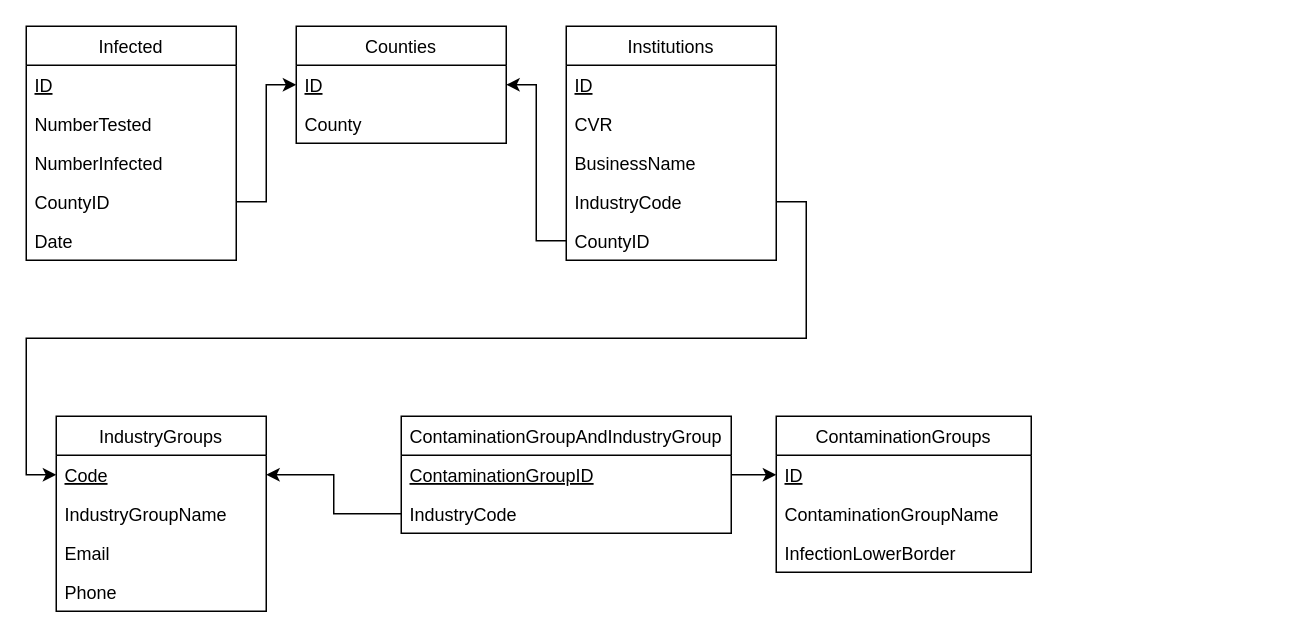
The draw.io diagram CharlieProject/Documentation/Janus_Martin_Rezan_ERD-diagram.drawio in mathex83/CharlieProjectSemester1, before the edit. Source tidied: cells renumbered, new cells numbered last; positions are measured from the earlier drawing's top-left corner, leaving out a move shared by most shapes. Both pictures are drawn from the tidied source at 150%, with x=0, y=0 at pixel (26, 26).
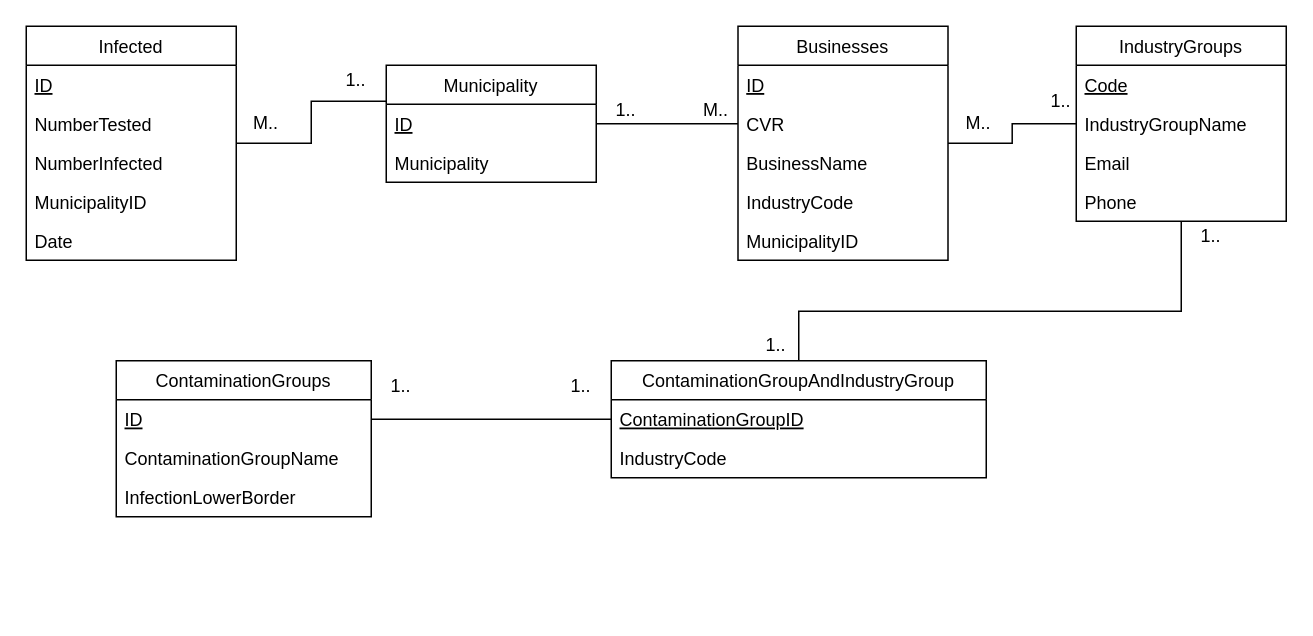
The same diagram, later.

Commit message (it also covers changes not shown here):
Uploadet mappingskema and ERD-diagram

The change refers to these unchanged cells:
```xml
<mxCell id="2" value="Infected" style="swimlane;fontStyle=0;horizontal=1;startSize=26;fillColor=none;" parent="1" vertex="1">
  <mxGeometry width="140" height="156" as="geometry" />
</mxCell>
<mxCell id="9" value="ID" style="text;strokeColor=none;fillColor=none;align=left;verticalAlign=top;spacingLeft=4;spacingRight=4;overflow=hidden;points=[[0,0.5],[1,0.5]];portConstraint=eastwest;fontStyle=4;" parent="8" vertex="1">
  <mxGeometry y="26" width="140" height="26" as="geometry" />
</mxCell>
<mxCell id="15" value="IndustryCode" style="text;strokeColor=none;fillColor=none;align=left;verticalAlign=top;spacingLeft=4;spacingRight=4;overflow=hidden;points=[[0,0.5],[1,0.5]];portConstraint=eastwest;" parent="11" vertex="1">
  <mxGeometry y="104" width="140" height="26" as="geometry" />
</mxCell>
<mxCell id="18" value="Code" style="text;strokeColor=none;fillColor=none;align=left;verticalAlign=top;spacingLeft=4;spacingRight=4;overflow=hidden;points=[[0,0.5],[1,0.5]];portConstraint=eastwest;fontStyle=4;" parent="17" vertex="1">
  <mxGeometry y="26" width="140" height="26" as="geometry" />
</mxCell>
<mxCell id="26" value="ID" style="text;strokeColor=none;fillColor=none;align=left;verticalAlign=top;spacingLeft=4;spacingRight=4;overflow=hidden;points=[[0,0.5],[1,0.5]];portConstraint=eastwest;fontStyle=4;" parent="25" vertex="1">
  <mxGeometry y="26" width="170" height="26" as="geometry" />
</mxCell>
```

The edit, as a diff of the source:
```diff
@@
-    <mxCell id="6" value="CountyID" style="text;strokeColor=none;fillColor=none;align=left;verticalAlign=top;spacingLeft=4;spacingRight=4;overflow=hidden;points=[[0,0.5],[1,0.5]];portConstraint=eastwest;" parent="2" vertex="1">
+    <mxCell id="6" value="MunicipalityID" style="text;strokeColor=none;fillColor=none;align=left;verticalAlign=top;spacingLeft=4;spacingRight=4;overflow=hidden;points=[[0,0.5],[1,0.5]];portConstraint=eastwest;" parent="2" vertex="1">
       <mxGeometry y="104" width="140" height="26" as="geometry" />
     </mxCell>
@@
-    <mxCell id="8" value="Counties" style="swimlane;fontStyle=0;horizontal=1;startSize=26;fillColor=none;" parent="1" vertex="1">
-      <mxGeometry x="180" width="140" height="78" as="geometry" />
+    <mxCell id="8" value="Municipality" style="swimlane;fontStyle=0;horizontal=1;startSize=26;fillColor=none;" parent="1" vertex="1">
+      <mxGeometry x="240" y="26" width="140" height="78" as="geometry" />
     </mxCell>
@@
-    <mxCell id="10" value="County" style="text;strokeColor=none;fillColor=none;align=left;verticalAlign=top;spacingLeft=4;spacingRight=4;overflow=hidden;" parent="8" vertex="1">
+    <mxCell id="10" value="Municipality" style="text;strokeColor=none;fillColor=none;align=left;verticalAlign=top;spacingLeft=4;spacingRight=4;overflow=hidden;" parent="8" vertex="1">
       <mxGeometry y="52" width="140" height="26" as="geometry" />
     </mxCell>
-    <mxCell id="11" value="Institutions" style="swimlane;fontStyle=0;horizontal=1;startSize=26;fillColor=none;" parent="1" vertex="1">
-      <mxGeometry x="360" width="140" height="156" as="geometry" />
+    <mxCell id="11" value="Businesses" style="swimlane;fontStyle=0;horizontal=1;startSize=26;fillColor=none;" parent="1" vertex="1">
+      <mxGeometry x="474.5" width="140" height="156" as="geometry" />
     </mxCell>
@@
-    <mxCell id="16" value="CountyID" style="text;strokeColor=none;fillColor=none;align=left;verticalAlign=top;spacingLeft=4;spacingRight=4;overflow=hidden;points=[[0,0.5],[1,0.5]];portConstraint=eastwest;labelBorderColor=none;" parent="11" vertex="1">
+    <mxCell id="16" value="MunicipalityID" style="text;strokeColor=none;fillColor=none;align=left;verticalAlign=top;spacingLeft=4;spacingRight=4;overflow=hidden;points=[[0,0.5],[1,0.5]];portConstraint=eastwest;labelBorderColor=none;" parent="11" vertex="1">
       <mxGeometry y="130" width="140" height="26" as="geometry" />
     </mxCell>
     <mxCell id="17" value="IndustryGroups" style="swimlane;fontStyle=0;horizontal=1;startSize=26;fillColor=none;" parent="1" vertex="1">
-      <mxGeometry x="20" y="260" width="140" height="130" as="geometry" />
+      <mxGeometry x="700" width="140" height="130" as="geometry" />
     </mxCell>
@@
     <mxCell id="22" value="ContaminationGroupAndIndustryGroup" style="swimlane;fontStyle=0;horizontal=1;startSize=26;fillColor=none;" parent="1" vertex="1">
-      <mxGeometry x="250" y="260" width="220" height="78" as="geometry" />
+      <mxGeometry x="390" y="223" width="250" height="78" as="geometry" />
     </mxCell>
     <mxCell id="23" value="ContaminationGroupID" style="text;strokeColor=none;fillColor=none;align=left;verticalAlign=top;spacingLeft=4;spacingRight=4;overflow=hidden;points=[[0,0.5],[1,0.5]];portConstraint=eastwest;fontStyle=4;" parent="22" vertex="1">
-      <mxGeometry y="26" width="220" height="26" as="geometry" />
+      <mxGeometry y="26" width="250" height="26" as="geometry" />
     </mxCell>
     <mxCell id="24" value="IndustryCode" style="text;strokeColor=none;fillColor=none;align=left;verticalAlign=top;spacingLeft=4;spacingRight=4;overflow=hidden;points=[[0,0.5],[1,0.5]];portConstraint=eastwest;fontStyle=0;" parent="22" vertex="1">
-      <mxGeometry y="52" width="220" height="26" as="geometry" />
+      <mxGeometry y="52" width="250" height="26" as="geometry" />
     </mxCell>
     <mxCell id="25" value="ContaminationGroups" style="swimlane;fontStyle=0;horizontal=1;startSize=26;fillColor=none;" parent="1" vertex="1">
-      <mxGeometry x="500" y="260" width="170" height="104" as="geometry" />
+      <mxGeometry x="60" y="223" width="170" height="104" as="geometry" />
     </mxCell>
@@
-    <mxCell id="29" style="edgeStyle=orthogonalEdgeStyle;rounded=0;jettySize=auto;html=1;exitX=0;exitY=0.5;exitDx=0;exitDy=0;entryX=1;entryY=0.5;entryDx=0;entryDy=0;" parent="1" edge="1" source="16" target="9">
-      <mxGeometry relative="1" as="geometry">
-        <Array as="points">
-          <mxPoint x="340" y="143" />
-          <mxPoint x="340" y="39" />
-        </Array>
-      </mxGeometry>
-    </mxCell>
-    <mxCell id="30" style="edgeStyle=orthogonalEdgeStyle;rounded=0;jettySize=auto;html=1;exitX=1;exitY=0.5;exitDx=0;exitDy=0;entryX=0;entryY=0.5;entryDx=0;entryDy=0;" parent="1" edge="1" source="23" target="26">
-      <mxGeometry relative="1" as="geometry" />
+    <mxCell id="30" style="edgeStyle=orthogonalEdgeStyle;rounded=0;jettySize=auto;html=1;endArrow=none;endFill=0;" parent="1" edge="1" source="22" target="25">
+      <mxGeometry relative="1" as="geometry">
+        <Array as="points">
+          <mxPoint x="190" y="249" />
+          <mxPoint x="190" y="249" />
+        </Array>
+      </mxGeometry>
     </mxCell>
-    <mxCell id="31" style="edgeStyle=orthogonalEdgeStyle;rounded=0;jettySize=auto;html=1;exitX=0;exitY=0.5;exitDx=0;exitDy=0;entryX=1;entryY=0.5;entryDx=0;entryDy=0;" parent="1" edge="1" source="24" target="18">
-      <mxGeometry relative="1" as="geometry" />
+    <mxCell id="31" style="edgeStyle=orthogonalEdgeStyle;rounded=0;jettySize=auto;html=1;endArrow=none;endFill=0;" parent="1" edge="1" source="22" target="17">
+      <mxGeometry relative="1" as="geometry">
+        <Array as="points">
+          <mxPoint x="515" y="190" />
+          <mxPoint x="770" y="190" />
+        </Array>
+      </mxGeometry>
     </mxCell>
-    <mxCell id="32" style="edgeStyle=orthogonalEdgeStyle;rounded=0;jettySize=auto;html=1;exitX=1;exitY=0.5;exitDx=0;exitDy=0;entryX=0;entryY=0.5;entryDx=0;entryDy=0;" parent="1" edge="1" source="6" target="9">
-      <mxGeometry relative="1" as="geometry" />
-    </mxCell>
-    <mxCell id="33" style="edgeStyle=orthogonalEdgeStyle;rounded=0;jettySize=auto;html=1;exitX=1;exitY=0.5;exitDx=0;exitDy=0;entryX=0;entryY=0.5;entryDx=0;entryDy=0;" parent="1" edge="1" source="15" target="18">
+    <mxCell id="33" style="edgeStyle=orthogonalEdgeStyle;rounded=0;jettySize=auto;html=1;endArrow=none;endFill=0;" parent="1" edge="1" source="11" target="17">
       <mxGeometry relative="1" as="geometry" />
     </mxCell>
+    <mxCell id="34" style="edgeStyle=orthogonalEdgeStyle;rounded=0;jettySize=auto;html=1;endArrow=none;endFill=0;" parent="1" edge="1" source="8" target="11">
+      <mxGeometry relative="1" as="geometry">
+        <Array as="points">
+          <mxPoint x="340" y="100" />
+        </Array>
+      </mxGeometry>
+    </mxCell>
+    <mxCell id="35" style="edgeStyle=orthogonalEdgeStyle;rounded=0;jettySize=auto;html=1;endArrow=none;endFill=0;" parent="1" edge="1" source="2" target="8">
+      <mxGeometry relative="1" as="geometry">
+        <Array as="points">
+          <mxPoint x="190" y="78" />
+          <mxPoint x="190" y="50" />
+        </Array>
+      </mxGeometry>
+    </mxCell>
+    <mxCell id="36" value="1.." style="text;html=1;strokeColor=none;fillColor=none;align=center;verticalAlign=middle;whiteSpace=wrap;rounded=0;" parent="1" vertex="1">
+      <mxGeometry x="200" y="26" width="40" height="20" as="geometry" />
+    </mxCell>
+    <mxCell id="37" value="M.." style="text;html=1;strokeColor=none;fillColor=none;align=center;verticalAlign=middle;whiteSpace=wrap;rounded=0;" parent="1" vertex="1">
+      <mxGeometry x="140" y="55" width="40" height="20" as="geometry" />
+    </mxCell>
+    <mxCell id="38" value="M.." style="text;html=1;strokeColor=none;fillColor=none;align=center;verticalAlign=middle;whiteSpace=wrap;rounded=0;" parent="1" vertex="1">
+      <mxGeometry x="440" y="46" width="40" height="20" as="geometry" />
+    </mxCell>
+    <mxCell id="39" value="M.." style="text;html=1;strokeColor=none;fillColor=none;align=center;verticalAlign=middle;whiteSpace=wrap;rounded=0;" parent="1" vertex="1">
+      <mxGeometry x="614.5" y="55" width="40" height="20" as="geometry" />
+    </mxCell>
+    <mxCell id="40" value="1.." style="text;html=1;strokeColor=none;fillColor=none;align=center;verticalAlign=middle;whiteSpace=wrap;rounded=0;" parent="1" vertex="1">
+      <mxGeometry x="380" y="46" width="40" height="20" as="geometry" />
+    </mxCell>
+    <mxCell id="41" value="1.." style="text;html=1;strokeColor=none;fillColor=none;align=center;verticalAlign=middle;whiteSpace=wrap;rounded=0;" parent="1" vertex="1">
+      <mxGeometry x="670" y="40" width="40" height="20" as="geometry" />
+    </mxCell>
+    <mxCell id="42" value="1.." style="text;html=1;strokeColor=none;fillColor=none;align=center;verticalAlign=middle;whiteSpace=wrap;rounded=0;" parent="1" vertex="1">
+      <mxGeometry x="230" y="230" width="40" height="20" as="geometry" />
+    </mxCell>
+    <mxCell id="43" value="1.." style="text;html=1;strokeColor=none;fillColor=none;align=center;verticalAlign=middle;whiteSpace=wrap;rounded=0;" parent="1" vertex="1">
+      <mxGeometry x="350" y="230" width="40" height="20" as="geometry" />
+    </mxCell>
+    <mxCell id="44" value="1.." style="text;html=1;strokeColor=none;fillColor=none;align=center;verticalAlign=middle;whiteSpace=wrap;rounded=0;" parent="1" vertex="1">
+      <mxGeometry x="770" y="130" width="40" height="20" as="geometry" />
+    </mxCell>
+    <mxCell id="45" value="1.." style="text;html=1;strokeColor=none;fillColor=none;align=center;verticalAlign=middle;whiteSpace=wrap;rounded=0;" parent="1" vertex="1">
+      <mxGeometry x="480" y="203" width="40" height="20" as="geometry" />
+    </mxCell>
```
